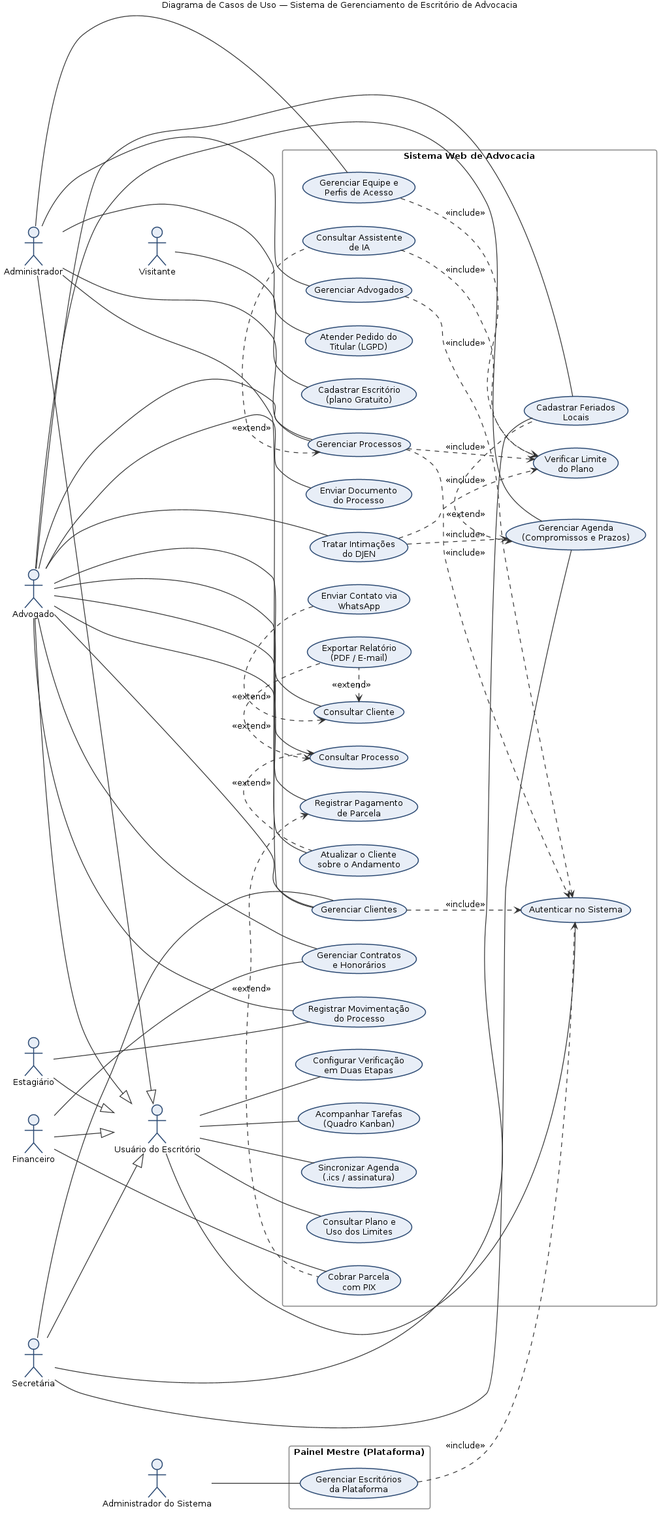
Earlier version of the PlantUML export docs/tcc/diagramas/casos_de_uso.png (guimunhoz13/TCCrepository). Its source is kept beside it as docs/tcc/diagramas/casos_de_uso.puml.
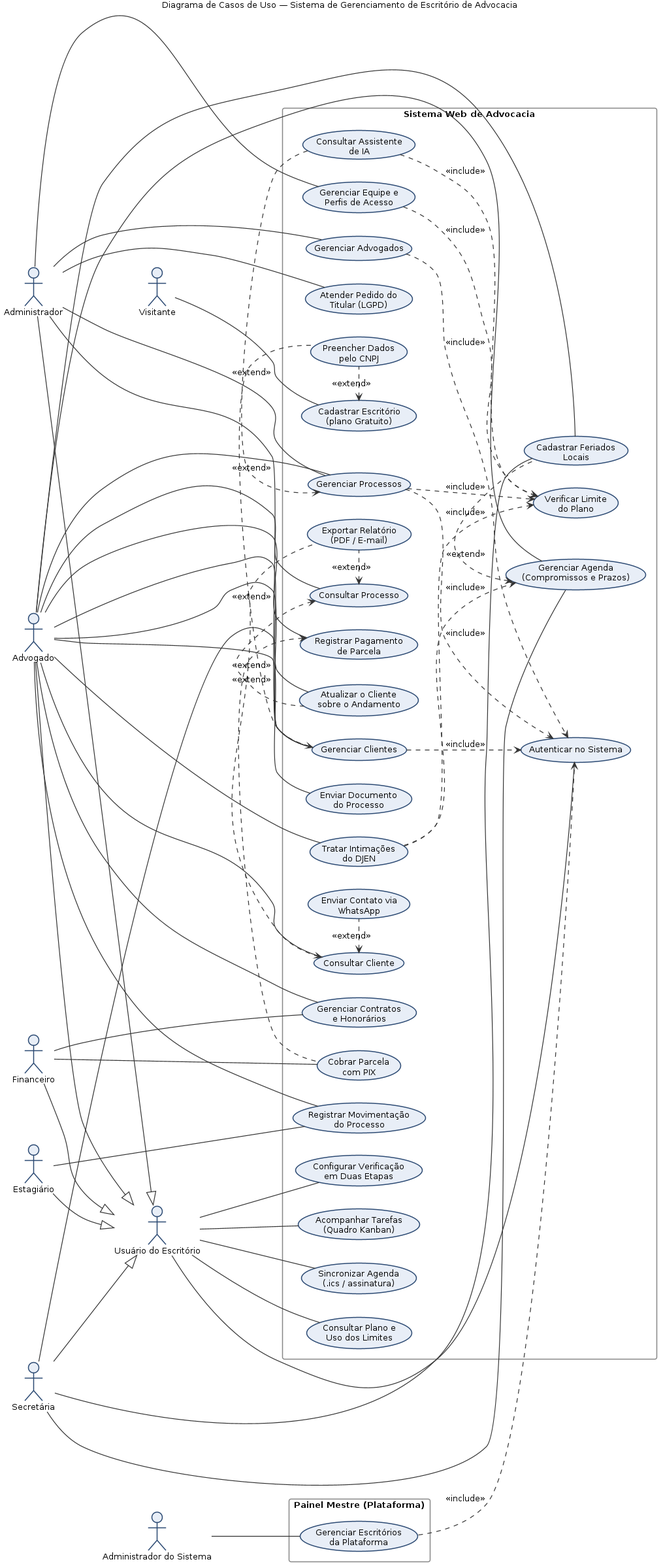
After the commit.

Commit message:
Atualiza o relatório do TCC para a v1.4 com o preenchimento pelo CNPJ

Diff of the diagram source:
```diff
@@ -45,6 +45,7 @@
   usecase "Consultar Plano e\nUso dos Limites" as UC25
   usecase "Verificar Limite\ndo Plano" as UC26
   usecase "Cadastrar Feriados\nLocais" as UC27
+  usecase "Preencher Dados\npelo CNPJ" as UC28
 }
 
 rectangle "Painel Mestre (Plataforma)" {
@@ -94,6 +95,8 @@
 Advogado -- UC27
 Secretaria -- UC27
 UC5 <. UC27 : <<extend>>
+UC2 <. UC28 : <<extend>>
+UC24 <. UC28 : <<extend>>
 UC3 ..> UC26 : <<include>>
 UC16 ..> UC26 : <<include>>
 UC12 ..> UC26 : <<include>>
```
